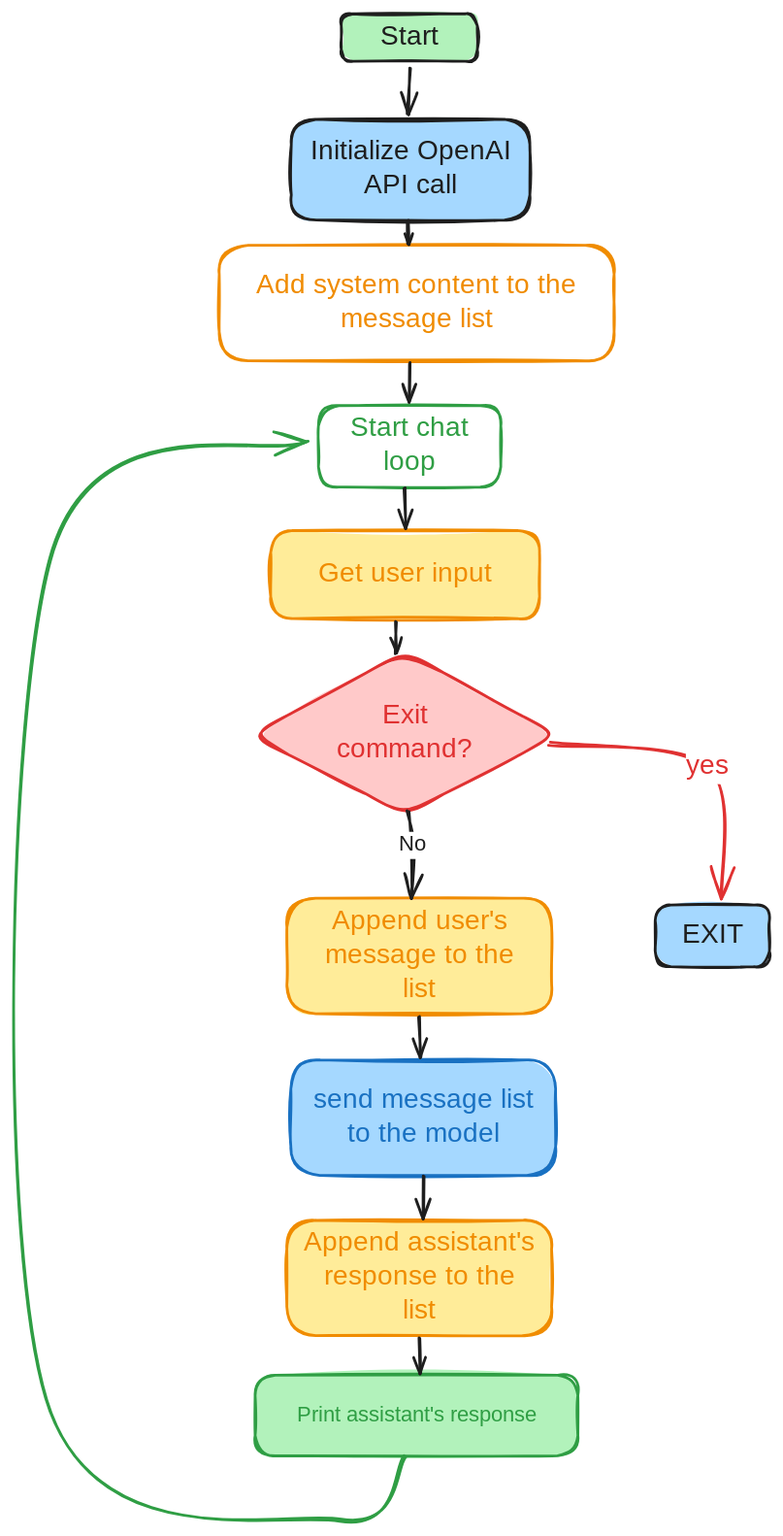
The Excalidraw diagram flow-diagram.excalidraw.svg in Spriy4nshu/ai-assistant, before a commit. Source tidied: one line per element, renumbered; positions are measured from the earlier drawing's top-left corner, leaving out a move shared by most shapes.
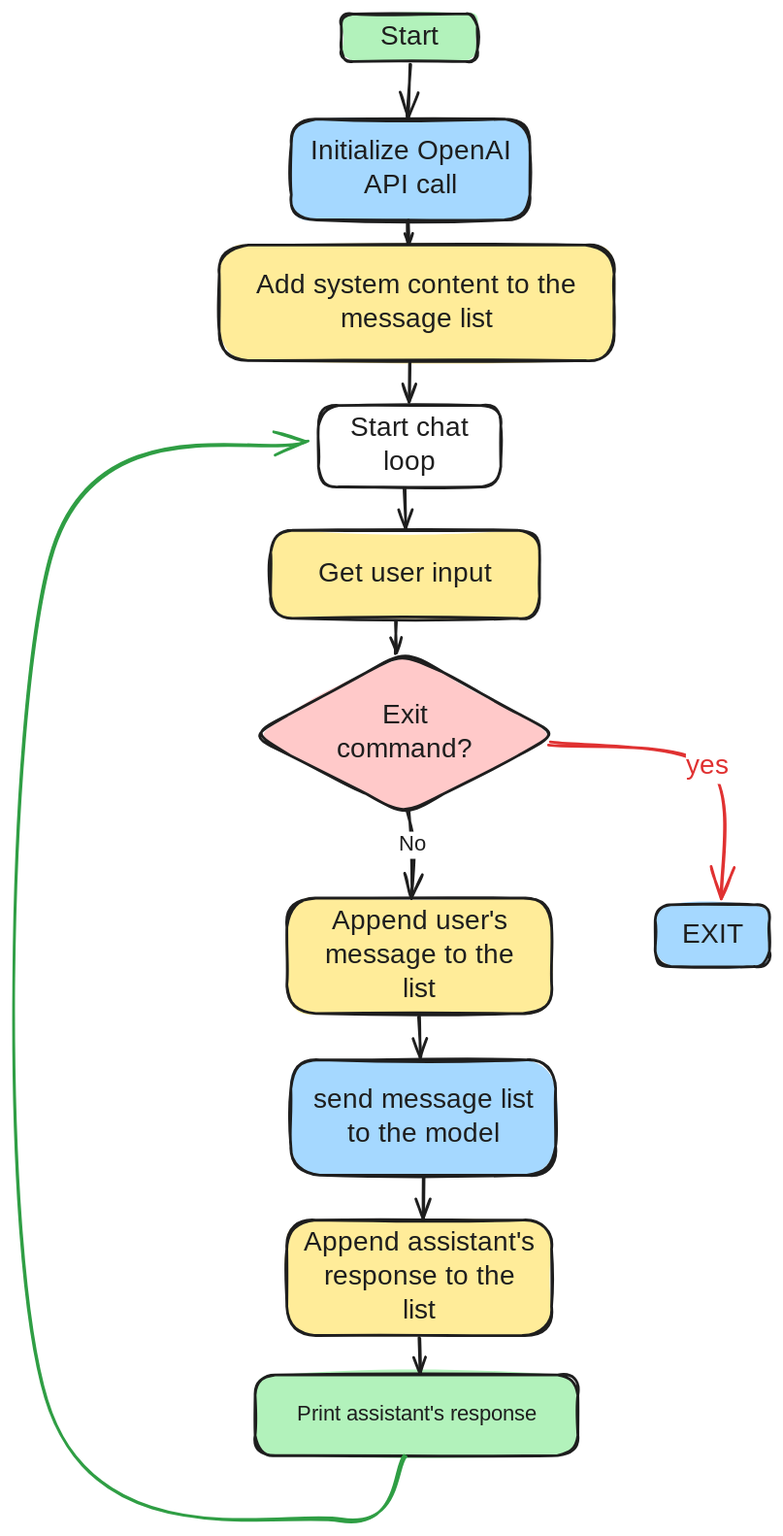
The same diagram one commit later.

Change to the diagram source:
```diff
@@ -2,15 +2,15 @@
 {"id": 1, "type": "text", "text": "Start", "strokeColor": "#1e1e1e", "backgroundColor": "#b2f2bb", "fillStyle": "solid", "strokeWidth": 2, "roughness": 1, "fontSize": 20, "fontFamily": 5, "textAlign": "center", "verticalAlign": "middle", "inside": 0, "x": 239, "y": 5, "width": 55, "height": 25}
 {"id": 2, "type": "rectangle", "strokeColor": "#1e1e1e", "backgroundColor": "#a5d8ff", "fillStyle": "solid", "strokeWidth": 2, "roughness": 1, "round": true, "x": 180, "y": 78, "width": 176, "height": 74}
 {"id": 3, "type": "text", "text": "Initialize OpenAI\nAPI call", "strokeColor": "#1e1e1e", "backgroundColor": "#a5d8ff", "fillStyle": "solid", "strokeWidth": 2, "roughness": 1, "fontSize": 20, "fontFamily": 5, "textAlign": "center", "verticalAlign": "middle", "inside": 2, "x": 185, "y": 90, "width": 165, "height": 50}
-{"id": 4, "type": "arrow", "strokeColor": "#1e1e1e", "backgroundColor": "#a5d8ff", "fillStyle": "solid", "strokeWidth": 2, "roughness": 1, "endArrowhead": "arrow", "round": true, "from": 0, "to": 2, "x": 267, "y": 40, "width": 2, "height": 34, "points": [[0, 0], [-2, 34]]}
+{"id": 4, "type": "arrow", "strokeColor": "#1e1e1e", "backgroundColor": "#a5d8ff", "fillStyle": "solid", "strokeWidth": 2, "roughness": 1, "endArrowhead": "arrow", "round": true, "from": 0, "to": 2, "x": 267, "y": 37, "width": 2, "height": 39, "points": [[0, 0], [-2, 39]]}
-{"id": 5, "type": "rectangle", "strokeColor": "#2f9e44", "strokeWidth": 2, "roughness": 1, "round": true, "x": 200, "y": 288, "width": 134, "height": 60}
+{"id": 5, "type": "rectangle", "strokeColor": "#1e1e1e", "strokeWidth": 2, "roughness": 1, "round": true, "x": 200, "y": 288, "width": 134, "height": 60}
-{"id": 6, "type": "text", "text": "Start chat\nloop", "strokeColor": "#2f9e44", "backgroundColor": "#a5d8ff", "fillStyle": "solid", "strokeWidth": 2, "roughness": 1, "fontSize": 20, "fontFamily": 5, "textAlign": "center", "verticalAlign": "middle", "inside": 5, "x": 213, "y": 293, "width": 107, "height": 50}
+{"id": 6, "type": "text", "text": "Start chat\nloop", "strokeColor": "#1e1e1e", "backgroundColor": "#a5d8ff", "fillStyle": "solid", "strokeWidth": 2, "roughness": 1, "fontSize": 20, "fontFamily": 5, "textAlign": "center", "verticalAlign": "middle", "inside": 5, "x": 213, "y": 293, "width": 107, "height": 50}
-{"id": 7, "type": "rectangle", "strokeColor": "#f08c00", "backgroundColor": "#ffec99", "fillStyle": "solid", "strokeWidth": 2, "roughness": 1, "round": true, "x": 164, "y": 380, "width": 198, "height": 65}
+{"id": 7, "type": "rectangle", "strokeColor": "#1e1e1e", "backgroundColor": "#ffec99", "fillStyle": "solid", "strokeWidth": 2, "roughness": 1, "round": true, "x": 164, "y": 380, "width": 198, "height": 65}
-{"id": 8, "type": "text", "text": "Get user input", "strokeColor": "#f08c00", "backgroundColor": "#a5d8ff", "fillStyle": "solid", "strokeWidth": 2, "roughness": 1, "fontSize": 20, "fontFamily": 5, "textAlign": "center", "verticalAlign": "middle", "inside": 7, "x": 192, "y": 400, "width": 142, "height": 25}
+{"id": 8, "type": "text", "text": "Get user input", "strokeColor": "#1e1e1e", "backgroundColor": "#a5d8ff", "fillStyle": "solid", "strokeWidth": 2, "roughness": 1, "fontSize": 20, "fontFamily": 5, "textAlign": "center", "verticalAlign": "middle", "inside": 7, "x": 192, "y": 400, "width": 142, "height": 25}
-{"id": 9, "type": "rectangle", "strokeColor": "#f08c00", "strokeWidth": 2, "roughness": 1, "round": true, "x": 127, "y": 170, "width": 291, "height": 85}
+{"id": 9, "type": "rectangle", "strokeColor": "#1e1e1e", "backgroundColor": "#ffec99", "fillStyle": "solid", "strokeWidth": 2, "roughness": 1, "round": true, "x": 127, "y": 170, "width": 291, "height": 85}
-{"id": 10, "type": "text", "text": "Add system content to the\nmessage list", "strokeColor": "#f08c00", "backgroundColor": "#a5d8ff", "fillStyle": "solid", "strokeWidth": 2, "roughness": 1, "fontSize": 20, "fontFamily": 5, "textAlign": "center", "verticalAlign": "middle", "inside": 9, "x": 137, "y": 188, "width": 269, "height": 50}
+{"id": 10, "type": "text", "text": "Add system content to the\nmessage list", "strokeColor": "#1e1e1e", "backgroundColor": "#a5d8ff", "fillStyle": "solid", "strokeWidth": 2, "roughness": 1, "fontSize": 20, "fontFamily": 5, "textAlign": "center", "verticalAlign": "middle", "inside": 9, "x": 137, "y": 188, "width": 269, "height": 50}
-{"id": 11, "type": "diamond", "strokeColor": "#e03131", "backgroundColor": "#ffc9c9", "fillStyle": "solid", "strokeWidth": 2, "roughness": 1, "round": true, "x": 150, "y": 470, "width": 225, "height": 120}
+{"id": 11, "type": "diamond", "strokeColor": "#1e1e1e", "backgroundColor": "#ffc9c9", "fillStyle": "solid", "strokeWidth": 2, "roughness": 1, "round": true, "x": 150, "y": 470, "width": 225, "height": 120}
-{"id": 12, "type": "text", "text": "Exit\ncommand?", "strokeColor": "#e03131", "backgroundColor": "#a5d8ff", "fillStyle": "solid", "strokeWidth": 2, "roughness": 1, "fontSize": 20, "fontFamily": 5, "textAlign": "center", "verticalAlign": "middle", "inside": 11, "x": 217, "y": 505, "width": 92, "height": 50}
+{"id": 12, "type": "text", "text": "Exit\ncommand?", "strokeColor": "#1e1e1e", "backgroundColor": "#a5d8ff", "fillStyle": "solid", "strokeWidth": 2, "roughness": 1, "fontSize": 20, "fontFamily": 5, "textAlign": "center", "verticalAlign": "middle", "inside": 11, "x": 217, "y": 505, "width": 92, "height": 50}
 {"id": 13, "type": "arrow", "strokeColor": "#1e1e1e", "backgroundColor": "#a5d8ff", "fillStyle": "solid", "strokeWidth": 2, "roughness": 1, "endArrowhead": "arrow", "round": true, "from": 9, "to": 9, "x": 265, "y": 153, "width": 0, "height": 17, "points": [[0, 0], [0, 17]]}
 {"id": 14, "type": "arrow", "strokeColor": "#1e1e1e", "backgroundColor": "#a5d8ff", "fillStyle": "solid", "strokeWidth": 2, "roughness": 1, "endArrowhead": "arrow", "round": true, "from": 9, "to": 5, "x": 267, "y": 257, "width": 0, "height": 28, "points": [[0, 0], [0, 28]]}
 {"id": 15, "type": "arrow", "strokeColor": "#1e1e1e", "backgroundColor": "#a5d8ff", "fillStyle": "solid", "strokeWidth": 2, "roughness": 1, "endArrowhead": "arrow", "round": true, "from": 5, "to": 7, "x": 263, "y": 349, "width": 1, "height": 29, "points": [[0, 0], [1, 29]]}
@@ -19,17 +19,17 @@
 {"id": 18, "type": "text", "text": "yes", "strokeColor": "#e03131", "backgroundColor": "#a5d8ff", "fillStyle": "solid", "strokeWidth": 2, "roughness": 1, "fontSize": 20, "fontFamily": 5, "textAlign": "center", "verticalAlign": "middle", "inside": 17, "x": 470, "y": 542, "width": 32, "height": 25}
 {"id": 19, "type": "rectangle", "strokeColor": "#1e1e1e", "backgroundColor": "#a5d8ff", "fillStyle": "solid", "strokeWidth": 2, "roughness": 1, "round": true, "x": 448, "y": 656, "width": 84, "height": 45}
 {"id": 20, "type": "text", "text": "EXIT", "strokeColor": "#1e1e1e", "backgroundColor": "#a5d8ff", "fillStyle": "solid", "strokeWidth": 2, "roughness": 1, "fontSize": 20, "fontFamily": 5, "textAlign": "center", "verticalAlign": "middle", "inside": 19, "x": 462, "y": 666, "width": 55, "height": 25}
-{"id": 21, "type": "rectangle", "strokeColor": "#f08c00", "backgroundColor": "#ffec99", "fillStyle": "solid", "strokeWidth": 2, "roughness": 1, "round": true, "x": 176, "y": 651, "width": 195, "height": 85}
+{"id": 21, "type": "rectangle", "strokeColor": "#1e1e1e", "backgroundColor": "#ffec99", "fillStyle": "solid", "strokeWidth": 2, "roughness": 1, "round": true, "x": 176, "y": 651, "width": 195, "height": 85}
-{"id": 22, "type": "text", "text": "Append user's\nmessage to the\nlist", "strokeColor": "#f08c00", "backgroundColor": "#a5d8ff", "fillStyle": "solid", "strokeWidth": 2, "roughness": 1, "fontSize": 20, "fontFamily": 5, "textAlign": "center", "verticalAlign": "middle", "inside": 21, "x": 198, "y": 656, "width": 151, "height": 75}
+{"id": 22, "type": "text", "text": "Append user's\nmessage to the\nlist", "strokeColor": "#1e1e1e", "backgroundColor": "#a5d8ff", "fillStyle": "solid", "strokeWidth": 2, "roughness": 1, "fontSize": 20, "fontFamily": 5, "textAlign": "center", "verticalAlign": "middle", "inside": 21, "x": 198, "y": 656, "width": 151, "height": 75}
-{"id": 23, "type": "rectangle", "strokeColor": "#1971c2", "backgroundColor": "#a5d8ff", "fillStyle": "solid", "strokeWidth": 2, "roughness": 1, "round": true, "x": 179, "y": 770, "width": 195, "height": 85}
+{"id": 23, "type": "rectangle", "strokeColor": "#1e1e1e", "backgroundColor": "#a5d8ff", "fillStyle": "solid", "strokeWidth": 2, "roughness": 1, "round": true, "x": 179, "y": 770, "width": 195, "height": 85}
-{"id": 24, "type": "text", "text": "send message list\nto the model", "strokeColor": "#1971c2", "backgroundColor": "#a5d8ff", "fillStyle": "solid", "strokeWidth": 2, "roughness": 1, "fontSize": 20, "fontFamily": 5, "textAlign": "center", "verticalAlign": "middle", "inside": 23, "x": 192, "y": 788, "width": 171, "height": 50}
+{"id": 24, "type": "text", "text": "send message list\nto the model", "strokeColor": "#1e1e1e", "backgroundColor": "#a5d8ff", "fillStyle": "solid", "strokeWidth": 2, "roughness": 1, "fontSize": 20, "fontFamily": 5, "textAlign": "center", "verticalAlign": "middle", "inside": 23, "x": 192, "y": 788, "width": 171, "height": 50}
 {"id": 25, "type": "arrow", "strokeColor": "#1e1e1e", "backgroundColor": "#a5d8ff", "fillStyle": "solid", "strokeWidth": 2, "roughness": 1, "endArrowhead": "arrow", "round": true, "from": 11, "to": 21, "x": 267, "y": 587, "width": 2, "height": 64, "points": [[0, 0], [2, 26], [1, 64]]}
 {"id": 26, "type": "text", "text": "No", "strokeColor": "#1e1e1e", "backgroundColor": "#a5d8ff", "fillStyle": "solid", "strokeWidth": 2, "roughness": 1, "fontSize": 16, "fontFamily": 5, "textAlign": "center", "verticalAlign": "middle", "inside": 25, "x": 262, "y": 623, "width": 20, "height": 20}
 {"id": 27, "type": "arrow", "strokeColor": "#1e1e1e", "backgroundColor": "#a5d8ff", "fillStyle": "solid", "strokeWidth": 2, "roughness": 1, "endArrowhead": "arrow", "round": true, "from": 21, "to": 23, "x": 274, "y": 738, "width": 2, "height": 30, "points": [[0, 0], [2, 30]]}
-{"id": 28, "type": "rectangle", "strokeColor": "#f08c00", "backgroundColor": "#ffec99", "fillStyle": "solid", "strokeWidth": 2, "roughness": 1, "round": true, "x": 176, "y": 888, "width": 195, "height": 85}
+{"id": 28, "type": "rectangle", "strokeColor": "#1e1e1e", "backgroundColor": "#ffec99", "fillStyle": "solid", "strokeWidth": 2, "roughness": 1, "round": true, "x": 176, "y": 888, "width": 195, "height": 85}
-{"id": 29, "type": "text", "text": "Append assistant's\nresponse to the\nlist", "strokeColor": "#f08c00", "backgroundColor": "#a5d8ff", "fillStyle": "solid", "strokeWidth": 2, "roughness": 1, "fontSize": 20, "fontFamily": 5, "textAlign": "center", "verticalAlign": "middle", "inside": 28, "x": 182, "y": 893, "width": 184, "height": 75}
+{"id": 29, "type": "text", "text": "Append assistant's\nresponse to the\nlist", "strokeColor": "#1e1e1e", "backgroundColor": "#a5d8ff", "fillStyle": "solid", "strokeWidth": 2, "roughness": 1, "fontSize": 20, "fontFamily": 5, "textAlign": "center", "verticalAlign": "middle", "inside": 28, "x": 182, "y": 893, "width": 184, "height": 75}
 {"id": 30, "type": "arrow", "strokeColor": "#1e1e1e", "backgroundColor": "#a5d8ff", "fillStyle": "solid", "strokeWidth": 2, "roughness": 1, "endArrowhead": "arrow", "round": true, "from": 23, "to": 28, "x": 277, "y": 856, "width": 0, "height": 31, "points": [[0, 0], [0, 31]]}
-{"id": 31, "type": "rectangle", "strokeColor": "#2f9e44", "backgroundColor": "#b2f2bb", "fillStyle": "solid", "strokeWidth": 2, "roughness": 1, "round": true, "x": 153, "y": 1002, "width": 238, "height": 59}
+{"id": 31, "type": "rectangle", "strokeColor": "#1e1e1e", "backgroundColor": "#b2f2bb", "fillStyle": "solid", "strokeWidth": 2, "roughness": 1, "round": true, "x": 153, "y": 1002, "width": 238, "height": 59}
-{"id": 32, "type": "text", "text": "Print assistant's response", "strokeColor": "#2f9e44", "backgroundColor": "#a5d8ff", "fillStyle": "solid", "strokeWidth": 2, "roughness": 1, "fontSize": 16, "fontFamily": 5, "textAlign": "center", "verticalAlign": "middle", "inside": 31, "x": 169, "y": 1022, "width": 206, "height": 20}
+{"id": 32, "type": "text", "text": "Print assistant's response", "strokeColor": "#1e1e1e", "backgroundColor": "#a5d8ff", "fillStyle": "solid", "strokeWidth": 2, "roughness": 1, "fontSize": 16, "fontFamily": 5, "textAlign": "center", "verticalAlign": "middle", "inside": 31, "x": 169, "y": 1022, "width": 206, "height": 20}
 {"id": 33, "type": "arrow", "strokeColor": "#1e1e1e", "backgroundColor": "#a5d8ff", "fillStyle": "solid", "strokeWidth": 2, "roughness": 1, "endArrowhead": "arrow", "round": true, "from": 28, "to": 31, "x": 274, "y": 975, "width": 1, "height": 26, "points": [[0, 0], [1, 26]]}
 {"id": 34, "type": "arrow", "strokeColor": "#2f9e44", "backgroundColor": "#a5d8ff", "fillStyle": "solid", "strokeWidth": 2, "roughness": 1, "endArrowhead": "arrow", "round": true, "from": 31, "to": 5, "x": 264, "y": 1062, "width": 264, "height": 793, "points": [[0, 0], [-47, 46], [-264, -42], [-264, -661], [-72, -747]]}
```
